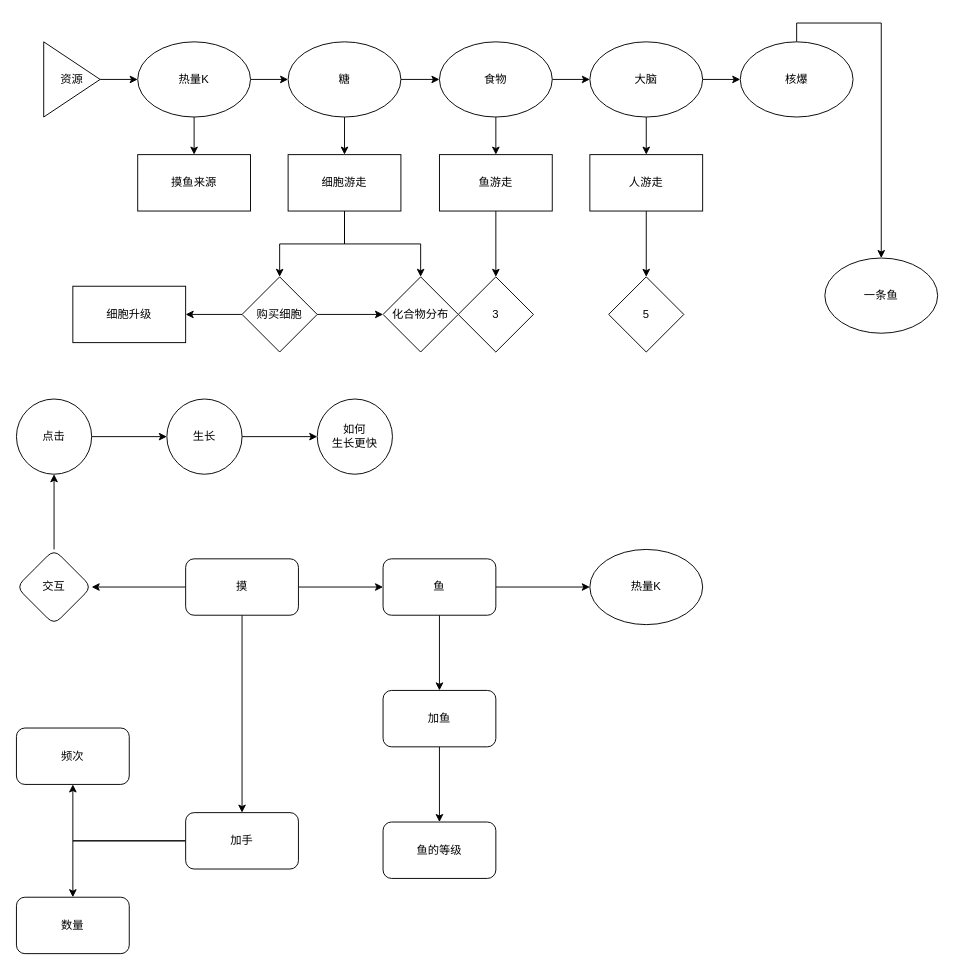
This is 未命名绘图.drawio from engimaxp/LearnGit, a draw.io file, before an edit. Source tidied: cells renumbered, new cells numbered last; positions are measured from the earlier drawing's top-left corner, leaving out a move shared by most shapes. Both pictures are drawn from the tidied source at 94%, with x=0, y=0 at pixel (16, 41).
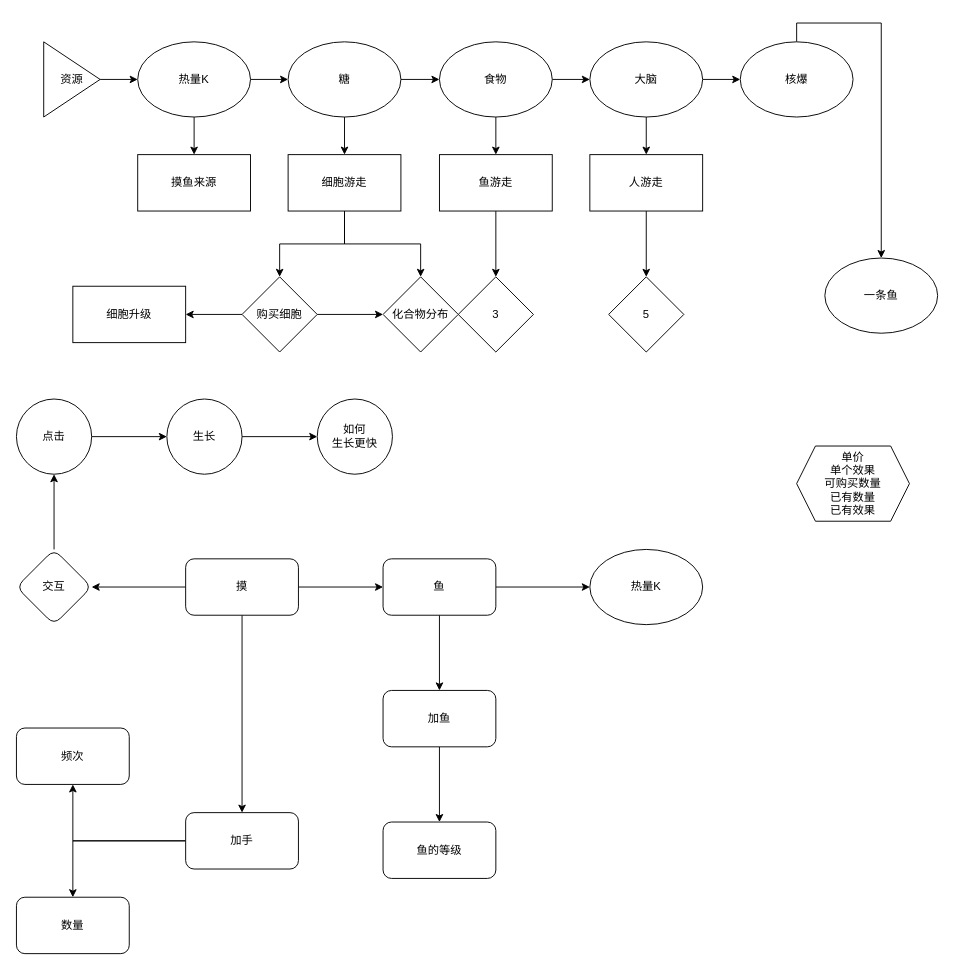
The same page after the edit.

Commit message:
更新未命名绘图.drawio

What changed in the source:
```diff
@@
+    <mxCell id="57" value="单价&lt;div&gt;单个效果&lt;/div&gt;&lt;div&gt;可购买数量&lt;/div&gt;&lt;div&gt;已有数量&lt;/div&gt;&lt;div&gt;已有效果&lt;/div&gt;" style="shape=hexagon;perimeter=hexagonPerimeter2;whiteSpace=wrap;html=1;fixedSize=1;" parent="1" vertex="1">
+      <mxGeometry x="830" y="430" width="120" height="80" as="geometry" />
+    </mxCell>
```
